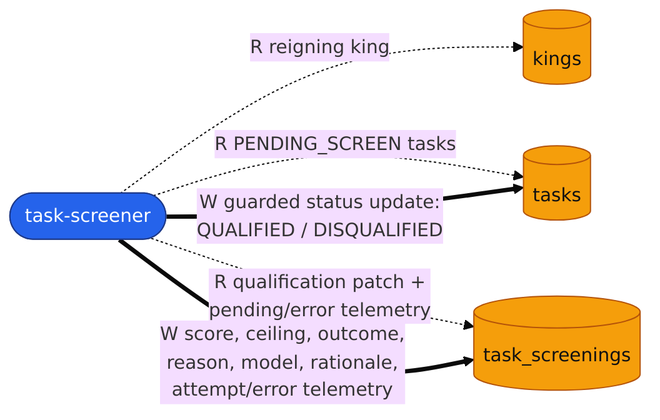
Above: docs/diagrams/db-task-screener.png in ninja-subnet/ninja-validator (Mermaid), before the change. Its source is kept beside it as docs/diagrams/db-task-screener.mmd.
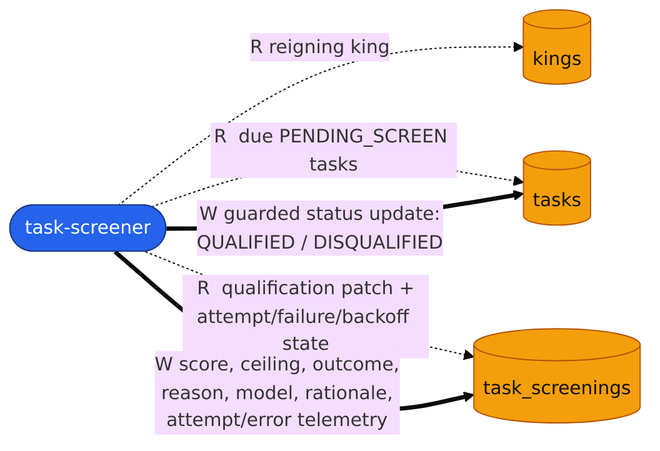
The same file after the commit.

The edit, as a diff of the source:
```diff
@@ -6,8 +6,8 @@
     screen[("task_screenings")]
 
     sc -. "R  reigning king" .-> kings
-    sc -. "R  PENDING_SCREEN tasks" .-> tasks
-    sc -. "R  qualification patch +<br/>pending/error telemetry" .-> screen
+    sc -. "R  due PENDING_SCREEN tasks" .-> tasks
+    sc -. "R  qualification patch +<br/>attempt/failure/backoff state" .-> screen
     sc == "W  guarded status update:<br/>QUALIFIED / DISQUALIFIED" ==> tasks
     sc == "W  score, ceiling, outcome,<br/>reason, model, rationale,<br/>attempt/error telemetry" ==> screen
 
```
